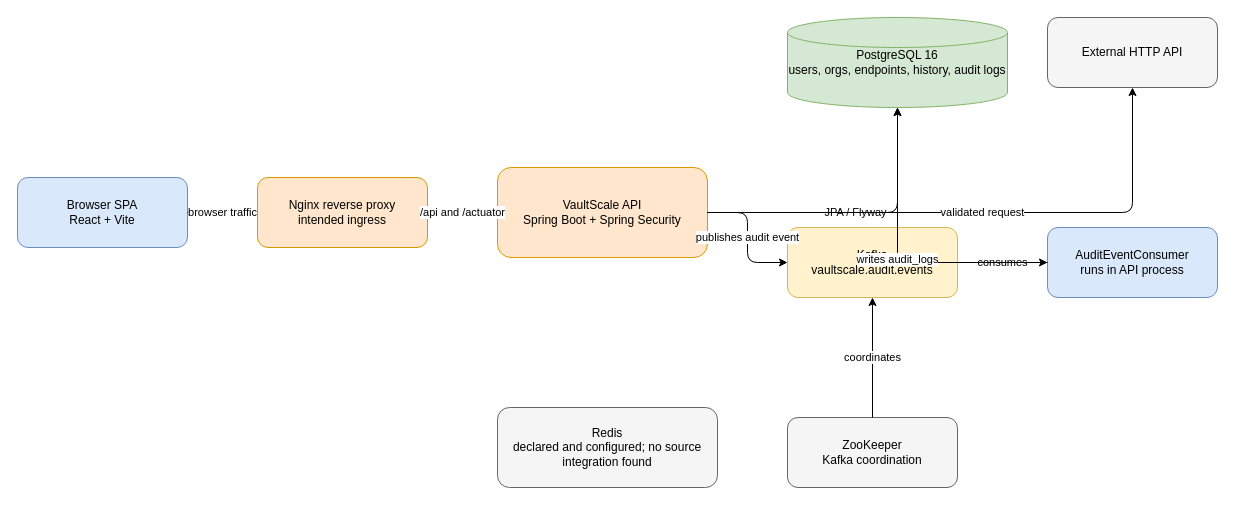
Before: docs/diagrams/container-architecture.drawio in puneetdixit200/vaultscale, a draw.io diagram. Source tidied: cells renumbered, new cells numbered last; positions are measured from the earlier drawing's top-left corner, leaving out a move shared by most shapes. Both pictures are drawn from the tidied source at 100%, with x=0, y=0 at pixel (17, 17).
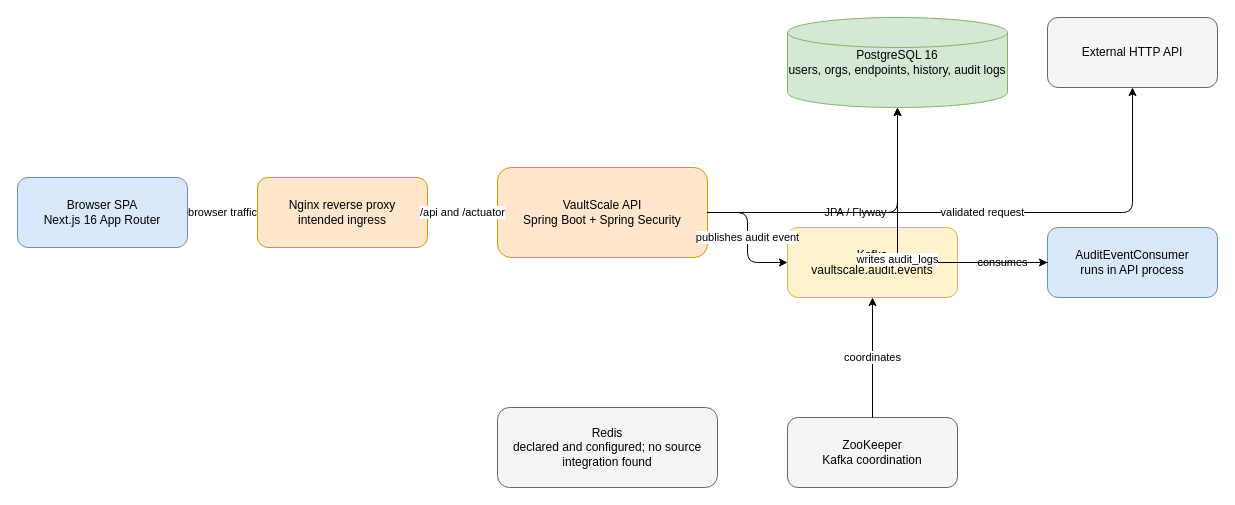
Above is the later version.

Change to the diagram source:
```diff
@@
 <mxGraphModel>
   <root>
     <mxCell id="0" />
     <mxCell id="1" parent="0" />
-    <mxCell id="2" value="Browser SPA&lt;br&gt;React + Vite" style="rounded=1;whiteSpace=wrap;html=1;fillColor=#dae8fc;strokeColor=#6c8ebf;" parent="1" vertex="1">
+    <mxCell id="2" value="Browser SPA&lt;br&gt;Next.js 16 App Router" style="rounded=1;whiteSpace=wrap;html=1;fillColor=#dae8fc;strokeColor=#6c8ebf;" parent="1" vertex="1">
       <mxGeometry y="160" width="170" height="70" as="geometry" />
     </mxCell>
     <mxCell id="3" value="Nginx reverse proxy&lt;br&gt;intended ingress" style="rounded=1;whiteSpace=wrap;html=1;fillColor=#ffe6cc;strokeColor=#d79b00;" parent="1" vertex="1">
       <mxGeometry x="240" y="160" width="170" height="70" as="geometry" />
     </mxCell>
     <mxCell id="4" value="VaultScale API&lt;br&gt;Spring Boot + Spring Security" style="rounded=1;whiteSpace=wrap;html=1;fillColor=#ffe6cc;strokeColor=#d79b00;" parent="1" vertex="1">
       <mxGeometry x="480" y="150" width="210" height="90" as="geometry" />
     </mxCell>
     <mxCell id="5" value="PostgreSQL 16&lt;br&gt;users, orgs, endpoints, history, audit logs" style="shape=cylinder3;whiteSpace=wrap;html=1;fillColor=#d5e8d4;strokeColor=#82b366;" parent="1" vertex="1">
       <mxGeometry x="770" width="220" height="90" as="geometry" />
     </mxCell>
     <mxCell id="6" value="Kafka&lt;br&gt;vaultscale.audit.events" style="rounded=1;whiteSpace=wrap;html=1;fillColor=#fff2cc;strokeColor=#d6b656;" parent="1" vertex="1">
       <mxGeometry x="770" y="210" width="170" height="70" as="geometry" />
     </mxCell>
     <mxCell id="7" value="AuditEventConsumer&lt;br&gt;runs in API process" style="rounded=1;whiteSpace=wrap;html=1;fillColor=#dae8fc;strokeColor=#6c8ebf;" parent="1" vertex="1">
       <mxGeometry x="1030" y="210" width="170" height="70" as="geometry" />
     </mxCell>
     <mxCell id="8" value="External HTTP API" style="rounded=1;whiteSpace=wrap;html=1;fillColor=#f5f5f5;strokeColor=#666666;" parent="1" vertex="1">
       <mxGeometry x="1030" width="170" height="70" as="geometry" />
     </mxCell>
     <mxCell id="9" value="Redis&lt;br&gt;declared and configured; no source integration found" style="rounded=1;whiteSpace=wrap;html=1;fillColor=#f5f5f5;strokeColor=#666666;" parent="1" vertex="1">
       <mxGeometry x="480" y="390" width="220" height="80" as="geometry" />
     </mxCell>
     <mxCell id="10" value="ZooKeeper&lt;br&gt;Kafka coordination" style="rounded=1;whiteSpace=wrap;html=1;fillColor=#f5f5f5;strokeColor=#666666;" parent="1" vertex="1">
       <mxGeometry x="770" y="400" width="170" height="70" as="geometry" />
     </mxCell>
     <mxCell id="11" value="browser traffic" style="edgeStyle=orthogonalEdgeStyle;rounded=1;jettySize=auto;html=1;labelBackgroundColor=#ffffff;fontSize=11;" parent="1" edge="1" source="2" target="3">
       <mxGeometry relative="1" as="geometry" />
     </mxCell>
     <mxCell id="12" value="/api and /actuator" style="edgeStyle=orthogonalEdgeStyle;rounded=1;jettySize=auto;html=1;labelBackgroundColor=#ffffff;fontSize=11;" parent="1" edge="1" source="3" target="4">
       <mxGeometry relative="1" as="geometry" />
     </mxCell>
     <mxCell id="13" value="JPA / Flyway" style="edgeStyle=orthogonalEdgeStyle;rounded=1;jettySize=auto;html=1;labelBackgroundColor=#ffffff;fontSize=11;" parent="1" edge="1" source="4" target="5">
       <mxGeometry relative="1" as="geometry" />
     </mxCell>
     <mxCell id="14" value="publishes audit event" style="edgeStyle=orthogonalEdgeStyle;rounded=1;jettySize=auto;html=1;labelBackgroundColor=#ffffff;fontSize=11;" parent="1" edge="1" source="4" target="6">
       <mxGeometry relative="1" as="geometry" />
     </mxCell>
     <mxCell id="15" value="consumes" style="edgeStyle=orthogonalEdgeStyle;rounded=1;jettySize=auto;html=1;labelBackgroundColor=#ffffff;fontSize=11;" parent="1" edge="1" source="6" target="7">
       <mxGeometry relative="1" as="geometry" />
     </mxCell>
     <mxCell id="16" value="writes audit_logs" style="edgeStyle=orthogonalEdgeStyle;rounded=1;jettySize=auto;html=1;labelBackgroundColor=#ffffff;fontSize=11;" parent="1" edge="1" source="7" target="5">
       <mxGeometry relative="1" as="geometry" />
     </mxCell>
     <mxCell id="17" value="validated request" style="edgeStyle=orthogonalEdgeStyle;rounded=1;jettySize=auto;html=1;labelBackgroundColor=#ffffff;fontSize=11;" parent="1" edge="1" source="4" target="8">
       <mxGeometry relative="1" as="geometry" />
     </mxCell>
     <mxCell id="18" value="coordinates" style="edgeStyle=orthogonalEdgeStyle;rounded=1;jettySize=auto;html=1;labelBackgroundColor=#ffffff;fontSize=11;" parent="1" edge="1" source="10" target="6">
       <mxGeometry relative="1" as="geometry" />
     </mxCell>
   </root>
 </mxGraphModel>
```
